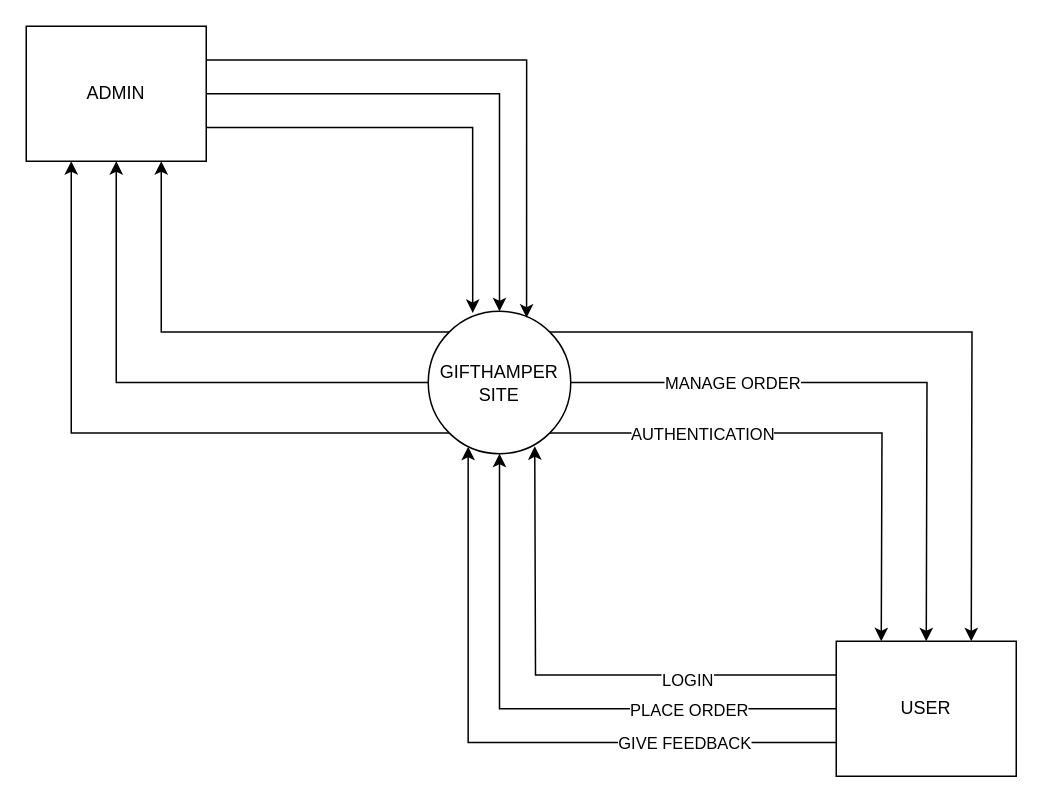
The draw.io diagram page "DFD-0" (7 of 8) of Usecase userside.drawio in panchalbhavya2210/gift_documentation, before the edit. Source tidied: cells renumbered, new cells numbered last; positions are measured from the earlier drawing's top-left corner, leaving out a move shared by most shapes. Both pictures are drawn from the tidied source at 150%, with x=0, y=0 at pixel (26, 26).
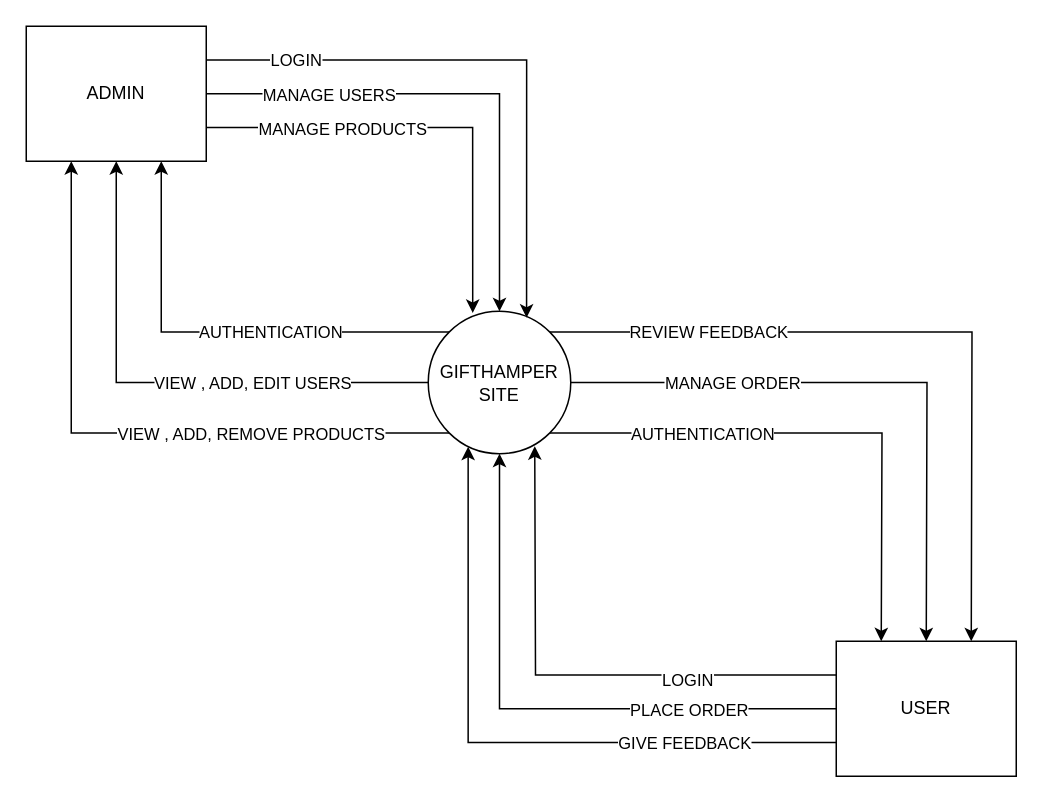
The same page after the edit.

The change refers to these unchanged cells:
```xml
<mxCell id="2" style="edgeStyle=orthogonalEdgeStyle;rounded=0;jettySize=auto;html=1;exitX=0;exitY=0;exitDx=0;exitDy=0;entryX=0.75;entryY=1;entryDx=0;entryDy=0;" parent="1" edge="1" source="10" target="14">
  <mxGeometry relative="1" as="geometry" />
</mxCell>
<mxCell id="3" style="edgeStyle=orthogonalEdgeStyle;rounded=0;jettySize=auto;html=1;exitX=0;exitY=0.5;exitDx=0;exitDy=0;entryX=0.5;entryY=1;entryDx=0;entryDy=0;" parent="1" edge="1" source="10" target="14">
  <mxGeometry relative="1" as="geometry" />
</mxCell>
<mxCell id="4" style="edgeStyle=orthogonalEdgeStyle;rounded=0;jettySize=auto;html=1;exitX=0;exitY=1;exitDx=0;exitDy=0;entryX=0.25;entryY=1;entryDx=0;entryDy=0;" parent="1" edge="1" source="10" target="14">
  <mxGeometry relative="1" as="geometry" />
</mxCell>
<mxCell id="5" style="edgeStyle=orthogonalEdgeStyle;rounded=0;jettySize=auto;html=1;exitX=1;exitY=0;exitDx=0;exitDy=0;entryX=0.75;entryY=0;entryDx=0;entryDy=0;" parent="1" edge="1" source="10">
  <mxGeometry relative="1" as="geometry">
    <mxPoint x="630" y="410" as="targetPoint" />
  </mxGeometry>
</mxCell>
<mxCell id="11" style="edgeStyle=orthogonalEdgeStyle;rounded=0;jettySize=auto;html=1;exitX=1;exitY=0.5;exitDx=0;exitDy=0;entryX=0.5;entryY=0;entryDx=0;entryDy=0;" parent="1" edge="1" source="14" target="10">
  <mxGeometry relative="1" as="geometry" />
</mxCell>
<mxCell id="12" style="edgeStyle=orthogonalEdgeStyle;rounded=0;jettySize=auto;html=1;exitX=1;exitY=0.25;exitDx=0;exitDy=0;entryX=0.69;entryY=0.045;entryDx=0;entryDy=0;entryPerimeter=0;" parent="1" edge="1" source="14" target="10">
  <mxGeometry relative="1" as="geometry" />
</mxCell>
<mxCell id="13" style="edgeStyle=orthogonalEdgeStyle;rounded=0;jettySize=auto;html=1;exitX=1;exitY=0.75;exitDx=0;exitDy=0;entryX=0.312;entryY=0.012;entryDx=0;entryDy=0;entryPerimeter=0;" parent="1" edge="1" source="14" target="10">
  <mxGeometry relative="1" as="geometry" />
</mxCell>
```

Change to the diagram source:
```diff
@@
+    <mxCell id="22" value="AUTHENTICATION" style="edgeLabel;html=1;align=center;verticalAlign=middle;" parent="2" vertex="1">
+      <mxGeometry x="-0.22" relative="1" as="geometry" />
+    </mxCell>
@@
+    <mxCell id="23" value="VIEW , ADD, EDIT USERS" style="edgeLabel;html=1;align=center;verticalAlign=middle;" parent="3" vertex="1">
+      <mxGeometry x="-0.22" y="1" relative="1" as="geometry">
+        <mxPoint x="21" y="-1" as="offset" />
+      </mxGeometry>
+    </mxCell>
@@
+    <mxCell id="24" value="VIEW , ADD, REMOVE PRODUCTS" style="edgeLabel;html=1;align=center;verticalAlign=middle;" parent="4" vertex="1">
+      <mxGeometry x="-0.13" relative="1" as="geometry">
+        <mxPoint x="56" as="offset" />
+      </mxGeometry>
+    </mxCell>
@@
+    <mxCell id="25" value="REVIEW FEEDBACK" style="edgeLabel;html=1;align=center;verticalAlign=middle;" parent="5" vertex="1">
+      <mxGeometry x="-0.57" relative="1" as="geometry" />
+    </mxCell>
@@
+    <mxCell id="26" value="MANAGE USERS" style="edgeLabel;html=1;align=center;verticalAlign=middle;" parent="11" vertex="1">
+      <mxGeometry x="-0.65" relative="1" as="geometry">
+        <mxPoint x="21" as="offset" />
+      </mxGeometry>
+    </mxCell>
@@
+    <mxCell id="27" value="LOGIN" style="edgeLabel;html=1;align=center;verticalAlign=middle;" parent="12" vertex="1">
+      <mxGeometry x="-0.65" y="1" relative="1" as="geometry">
+        <mxPoint x="-8" y="1" as="offset" />
+      </mxGeometry>
+    </mxCell>
@@
+    <mxCell id="28" value="MANAGE PRODUCTS" style="edgeLabel;html=1;align=center;verticalAlign=middle;" parent="13" vertex="1">
+      <mxGeometry x="-0.66" y="-1" relative="1" as="geometry">
+        <mxPoint x="39" as="offset" />
+      </mxGeometry>
+    </mxCell>
```
